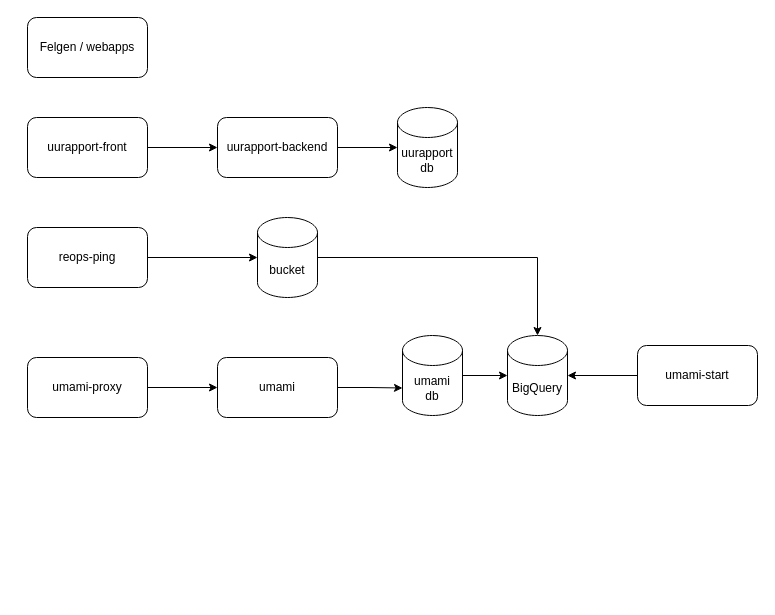
navikt/reops-meta keeps this draw.io diagram as overview/overview.drawio. Above is the earlier version. Source tidied: cells renumbered, new cells numbered last; positions are measured from the earlier drawing's top-left corner, leaving out a move shared by most shapes. Both pictures are drawn from the tidied source at 100%, with x=0, y=0 at pixel (27, 17).
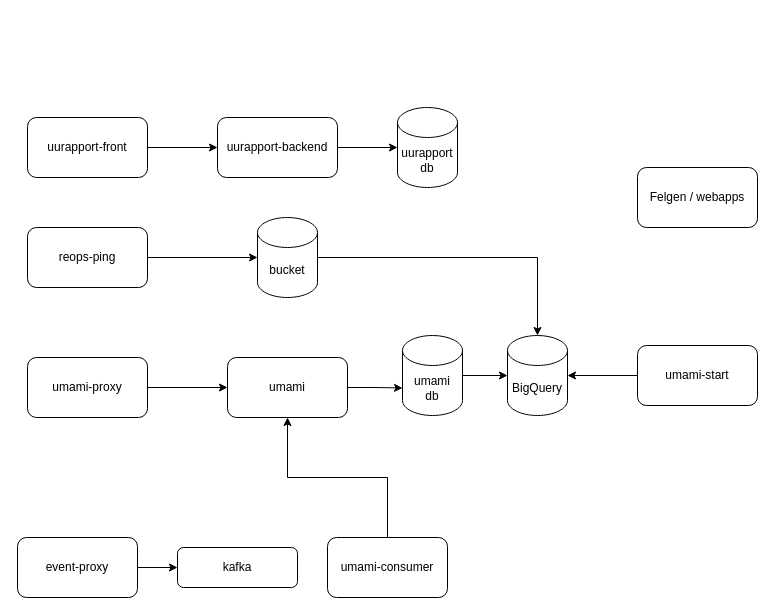
After the change.

The edit, as a diff of the source:
```diff
@@
     <mxCell id="4" value="umami" style="rounded=1;whiteSpace=wrap;html=1;" parent="1" vertex="1">
-      <mxGeometry x="190" y="340" width="120" height="60" as="geometry" />
+      <mxGeometry x="200" y="340" width="120" height="60" as="geometry" />
     </mxCell>
@@
     <mxCell id="10" value="Felgen / webapps" style="rounded=1;whiteSpace=wrap;html=1;" parent="1" vertex="1">
-      <mxGeometry width="120" height="60" as="geometry" />
+      <mxGeometry x="610" y="150" width="120" height="60" as="geometry" />
     </mxCell>
@@
+    <mxCell id="21" style="edgeStyle=orthogonalEdgeStyle;rounded=0;jettySize=auto;html=1;entryX=0;entryY=0.5;entryDx=0;entryDy=0;" parent="1" edge="1" source="22" target="23">
+      <mxGeometry relative="1" as="geometry" />
+    </mxCell>
+    <mxCell id="22" value="event-proxy" style="rounded=1;whiteSpace=wrap;html=1;" parent="1" vertex="1">
+      <mxGeometry x="-10" y="520" width="120" height="60" as="geometry" />
+    </mxCell>
+    <mxCell id="23" value="kafka" style="rounded=1;whiteSpace=wrap;html=1;" parent="1" vertex="1">
+      <mxGeometry x="150" y="530" width="120" height="40" as="geometry" />
+    </mxCell>
+    <mxCell id="24" style="edgeStyle=orthogonalEdgeStyle;rounded=0;jettySize=auto;html=1;entryX=0.5;entryY=1;entryDx=0;entryDy=0;" parent="1" edge="1" source="25" target="4">
+      <mxGeometry relative="1" as="geometry" />
+    </mxCell>
+    <mxCell id="25" value="umami-consumer" style="rounded=1;whiteSpace=wrap;html=1;" parent="1" vertex="1">
+      <mxGeometry x="300" y="520" width="120" height="60" as="geometry" />
+    </mxCell>
```
